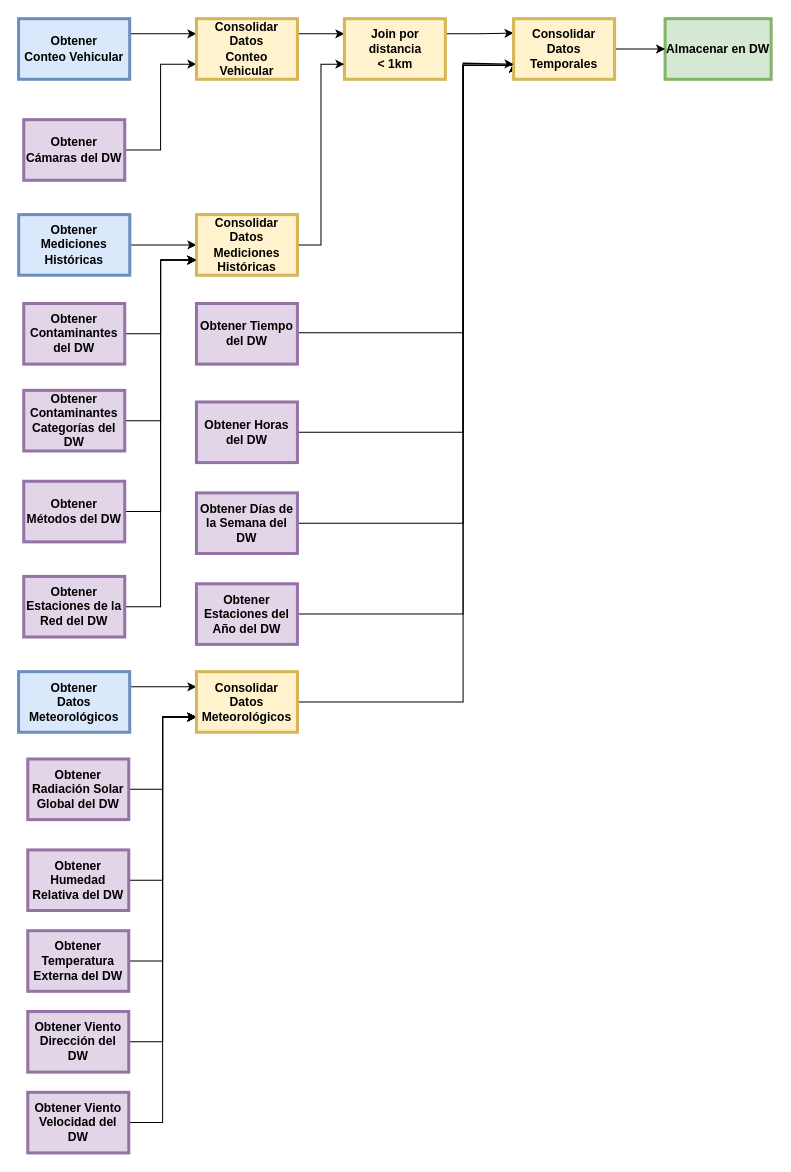
The draw.io diagram 4. Diseño físico/measures/vehiculoscontaminacion/CargaVehiculosContaminacion.drawio in gonzalomelov/dw-calidad-aire-docs, before the edit. Source tidied: cells renumbered, new cells numbered last; positions are measured from the earlier drawing's top-left corner, leaving out a move shared by most shapes. Both pictures are drawn from the tidied source at 101%, with x=0, y=0 at pixel (18, 18).
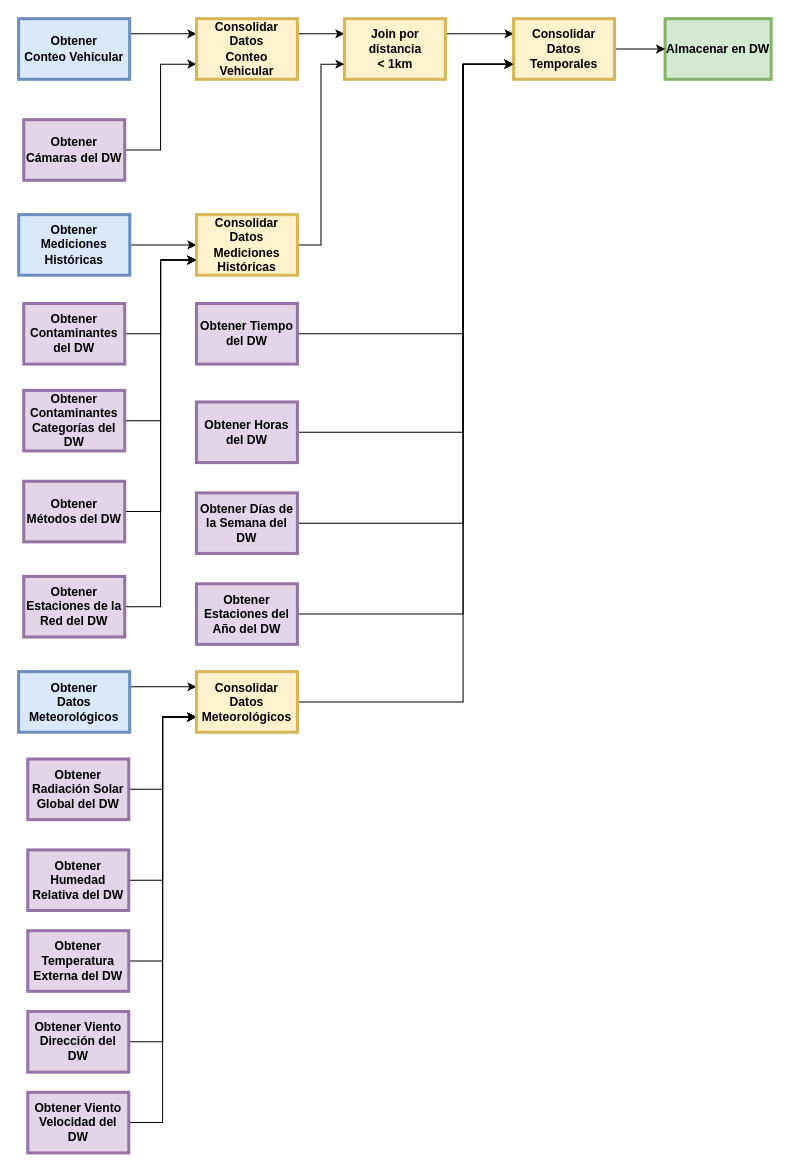
The same page after the edit.

Commit message:
Fix arrows in diagram

Unchanged cells that the change refers to:
```xml
<mxCell id="3" value="Obtener Días de la Semana del DW" style="whiteSpace=wrap;align=center;verticalAlign=middle;fontStyle=1;strokeWidth=3;fillColor=#e1d5e7;strokeColor=#9673a6;" parent="1" vertex="1">
  <mxGeometry x="176" y="469.5" width="100" height="60" as="geometry" />
</mxCell>
<mxCell id="7" value="Obtener Horas del DW" style="whiteSpace=wrap;align=center;verticalAlign=middle;fontStyle=1;strokeWidth=3;fillColor=#e1d5e7;strokeColor=#9673a6;" parent="1" vertex="1">
  <mxGeometry x="176" y="379.5" width="100" height="60" as="geometry" />
</mxCell>
<mxCell id="9" value="Obtener Tiempo del DW" style="whiteSpace=wrap;align=center;verticalAlign=middle;fontStyle=1;strokeWidth=3;fillColor=#e1d5e7;strokeColor=#9673a6;" parent="1" vertex="1">
  <mxGeometry x="176" y="282" width="100" height="60" as="geometry" />
</mxCell>
<mxCell id="11" value="Obtener Estaciones del Año del DW" style="whiteSpace=wrap;align=center;verticalAlign=middle;fontStyle=1;strokeWidth=3;fillColor=#e1d5e7;strokeColor=#9673a6;" parent="1" vertex="1">
  <mxGeometry x="176" y="559.5" width="100" height="60" as="geometry" />
</mxCell>
<mxCell id="25" value="Join por distancia&#10;&lt; 1km" style="whiteSpace=wrap;align=center;verticalAlign=middle;fontStyle=1;strokeWidth=3;fillColor=#fff2cc;strokeColor=#d6b656;" parent="1" vertex="1">
  <mxGeometry x="322.5" width="100" height="60" as="geometry" />
</mxCell>
<mxCell id="34" value="Consolidar&#10;Datos&#10;Temporales" style="whiteSpace=wrap;align=center;verticalAlign=middle;fontStyle=1;strokeWidth=3;fillColor=#fff2cc;strokeColor=#d6b656;" parent="1" vertex="1">
  <mxGeometry x="490" width="100" height="60" as="geometry" />
</mxCell>
<mxCell id="46" value="Consolidar&#10;Datos&#10;Meteorológicos" style="whiteSpace=wrap;align=center;verticalAlign=middle;fontStyle=1;strokeWidth=3;fillColor=#fff2cc;strokeColor=#d6b656;" parent="1" vertex="1">
  <mxGeometry x="176" y="646.5" width="100" height="60" as="geometry" />
</mxCell>
```

Diff of the diagram source:
```diff
@@
-    <mxCell id="2" style="edgeStyle=orthogonalEdgeStyle;rounded=0;jettySize=auto;html=1;exitX=1;exitY=0.5;exitDx=0;exitDy=0;entryX=0;entryY=0.75;entryDx=0;entryDy=0;" parent="1" edge="1" source="3">
-      <mxGeometry relative="1" as="geometry">
-        <mxPoint x="490" y="44.3" as="targetPoint" />
-        <Array as="points">
-          <mxPoint x="440" y="499" />
-          <mxPoint x="440" y="46" />
-        </Array>
-      </mxGeometry>
-    </mxCell>
+    <mxCell id="47" style="edgeStyle=orthogonalEdgeStyle;rounded=0;jettySize=auto;html=1;exitX=1;exitY=0.5;exitDx=0;exitDy=0;entryX=0;entryY=0.75;entryDx=0;entryDy=0;" parent="1" edge="1" source="3" target="34">
+      <mxGeometry relative="1" as="geometry">
+        <Array as="points">
+          <mxPoint x="440" y="499" />
+          <mxPoint x="440" y="45" />
+        </Array>
+      </mxGeometry>
+    </mxCell>
@@
-    <mxCell id="6" style="edgeStyle=orthogonalEdgeStyle;rounded=0;jettySize=auto;html=1;exitX=1;exitY=0.5;exitDx=0;exitDy=0;entryX=0;entryY=0.75;entryDx=0;entryDy=0;" parent="1" edge="1" source="7">
-      <mxGeometry relative="1" as="geometry">
-        <mxPoint x="490" y="44.3" as="targetPoint" />
-        <Array as="points">
-          <mxPoint x="440" y="409" />
-          <mxPoint x="440" y="46" />
-        </Array>
-      </mxGeometry>
-    </mxCell>
+    <mxCell id="48" style="edgeStyle=orthogonalEdgeStyle;rounded=0;jettySize=auto;html=1;exitX=1;exitY=0.5;exitDx=0;exitDy=0;entryX=0;entryY=0.75;entryDx=0;entryDy=0;" parent="1" edge="1" source="7" target="34">
+      <mxGeometry relative="1" as="geometry">
+        <Array as="points">
+          <mxPoint x="440" y="409" />
+          <mxPoint x="440" y="45" />
+        </Array>
+      </mxGeometry>
+    </mxCell>
@@
-    <mxCell id="8" style="edgeStyle=orthogonalEdgeStyle;rounded=0;jettySize=auto;html=1;exitX=1;exitY=0.5;exitDx=0;exitDy=0;entryX=0;entryY=0.75;entryDx=0;entryDy=0;" parent="1" edge="1" source="9">
+    <mxCell id="8" style="edgeStyle=orthogonalEdgeStyle;rounded=0;jettySize=auto;html=1;exitX=1;exitY=0.5;exitDx=0;exitDy=0;entryX=0;entryY=0.75;entryDx=0;entryDy=0;" parent="1" edge="1" source="9" target="34">
       <mxGeometry relative="1" as="geometry">
-        <mxPoint x="490" y="44.3" as="targetPoint" />
         <Array as="points">
-          <mxPoint x="440" y="311" />
-          <mxPoint x="440" y="46" />
+          <mxPoint x="440" y="312" />
+          <mxPoint x="440" y="45" />
         </Array>
       </mxGeometry>
     </mxCell>
@@
-    <mxCell id="10" style="edgeStyle=orthogonalEdgeStyle;rounded=0;jettySize=auto;html=1;exitX=1;exitY=0.5;exitDx=0;exitDy=0;entryX=0;entryY=0.75;entryDx=0;entryDy=0;" parent="1" edge="1" source="11">
+    <mxCell id="10" style="edgeStyle=orthogonalEdgeStyle;rounded=0;jettySize=auto;html=1;exitX=1;exitY=0.5;exitDx=0;exitDy=0;entryX=0;entryY=0.75;entryDx=0;entryDy=0;" parent="1" edge="1" source="11" target="34">
       <mxGeometry relative="1" as="geometry">
-        <mxPoint x="490" y="44.3" as="targetPoint" />
         <Array as="points">
           <mxPoint x="440" y="589" />
-          <mxPoint x="440" y="46" />
+          <mxPoint x="440" y="45" />
         </Array>
       </mxGeometry>
     </mxCell>
@@
-    <mxCell id="24" style="edgeStyle=orthogonalEdgeStyle;rounded=0;jettySize=auto;html=1;exitX=1;exitY=0.25;exitDx=0;exitDy=0;entryX=0;entryY=0.25;entryDx=0;entryDy=0;" parent="1" edge="1" source="25">
-      <mxGeometry relative="1" as="geometry">
-        <mxPoint x="490" y="14.3" as="targetPoint" />
-      </mxGeometry>
-    </mxCell>
+    <mxCell id="49" style="edgeStyle=orthogonalEdgeStyle;rounded=0;jettySize=auto;html=1;exitX=1;exitY=0.25;exitDx=0;exitDy=0;entryX=0;entryY=0.25;entryDx=0;entryDy=0;" parent="1" edge="1" source="25" target="34">
+      <mxGeometry relative="1" as="geometry" />
+    </mxCell>
@@
     <mxCell id="45" style="edgeStyle=orthogonalEdgeStyle;rounded=0;jettySize=auto;html=1;exitX=1;exitY=0.5;exitDx=0;exitDy=0;entryX=0;entryY=0.75;entryDx=0;entryDy=0;" parent="1" edge="1" source="46" target="34">
       <mxGeometry relative="1" as="geometry">
         <Array as="points">
           <mxPoint x="440" y="676" />
-          <mxPoint x="440" y="44" />
+          <mxPoint x="440" y="45" />
         </Array>
       </mxGeometry>
     </mxCell>
```
